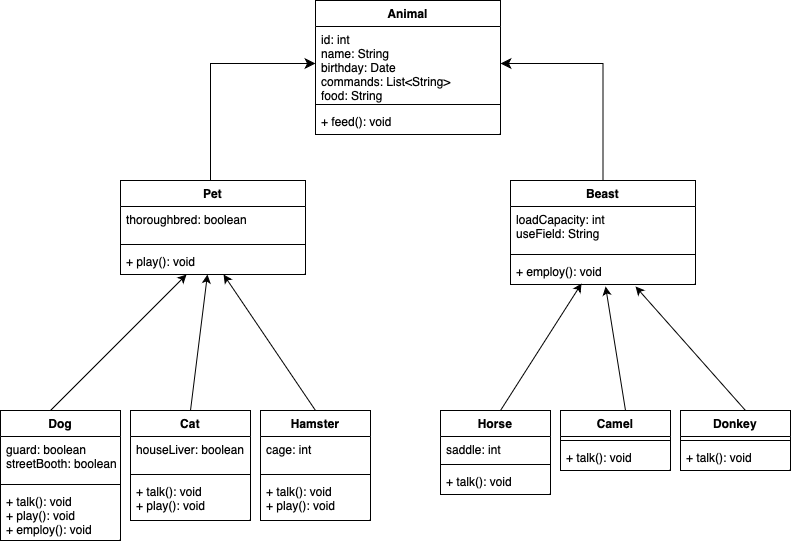
This is Animals Diagram.drawio.png from mariarchie/FinalAssessment, a draw.io export, as it was before one commit. Source tidied: cells renumbered, new cells last; positions are measured from the earlier drawing's top-left corner, leaving out a move shared by most shapes. Source of this version:
```xml
<mxGraphModel background="#FFFFFF">
  <root>
    <mxCell id="0" />
    <mxCell id="1" parent="0" />
    <mxCell id="2" value="Animal" style="swimlane;fontStyle=1;align=center;verticalAlign=top;horizontal=1;startSize=26;" parent="1" vertex="1">
      <mxGeometry x="315" width="185" height="134" as="geometry" />
    </mxCell>
    <mxCell id="3" value="id: int&#10;name: String&#10;birthday: Date&#10;commands: List&lt;String&gt;&#10;food: String" style="text;strokeColor=none;fillColor=none;align=left;verticalAlign=top;spacingLeft=4;spacingRight=4;overflow=hidden;points=[[0,0.5],[1,0.5]];portConstraint=eastwest;" parent="2" vertex="1">
      <mxGeometry y="26" width="185" height="74" as="geometry" />
    </mxCell>
    <mxCell id="4" style="line;strokeWidth=1;fillColor=none;align=left;verticalAlign=middle;spacingTop=-1;spacingLeft=3;spacingRight=3;labelPosition=right;strokeColor=inherit;" parent="2" vertex="1">
      <mxGeometry y="100" width="185" height="8" as="geometry" />
    </mxCell>
    <mxCell id="5" value="+ feed(): void" style="text;strokeColor=none;fillColor=none;align=left;verticalAlign=top;spacingLeft=4;spacingRight=4;overflow=hidden;" parent="2" vertex="1">
      <mxGeometry y="108" width="185" height="26" as="geometry" />
    </mxCell>
    <mxCell id="6" value="Pet" style="swimlane;fontStyle=1;align=center;verticalAlign=top;horizontal=1;startSize=26;" parent="1" vertex="1">
      <mxGeometry x="120" y="180" width="185" height="94" as="geometry" />
    </mxCell>
    <mxCell id="7" value="thoroughbred: boolean" style="text;strokeColor=none;fillColor=none;align=left;verticalAlign=top;spacingLeft=4;spacingRight=4;overflow=hidden;fontColor=#000000;" parent="6" vertex="1">
      <mxGeometry y="26" width="185" height="34" as="geometry" />
    </mxCell>
    <mxCell id="8" style="line;strokeWidth=1;fillColor=none;align=left;verticalAlign=middle;spacingTop=-1;spacingLeft=3;spacingRight=3;labelPosition=right;strokeColor=inherit;" parent="6" vertex="1">
      <mxGeometry y="60" width="185" height="8" as="geometry" />
    </mxCell>
    <mxCell id="9" value="+ play(): void" style="text;strokeColor=none;fillColor=none;align=left;verticalAlign=top;spacingLeft=4;spacingRight=4;overflow=hidden;points=[[0,0.5],[1,0.5]];portConstraint=eastwest;" parent="6" vertex="1">
      <mxGeometry y="68" width="185" height="26" as="geometry" />
    </mxCell>
    <mxCell id="10" value="Beast" style="swimlane;fontStyle=1;align=center;verticalAlign=top;horizontal=1;startSize=26;" parent="1" vertex="1">
      <mxGeometry x="510" y="180" width="185" height="104" as="geometry" />
    </mxCell>
    <mxCell id="11" value="loadCapacity: int&#10;useField: String&#10;" style="text;strokeColor=none;fillColor=none;align=left;verticalAlign=top;spacingLeft=4;spacingRight=4;overflow=hidden;" parent="10" vertex="1">
      <mxGeometry y="26" width="185" height="44" as="geometry" />
    </mxCell>
    <mxCell id="12" style="line;strokeWidth=1;fillColor=none;align=left;verticalAlign=middle;spacingTop=-1;spacingLeft=3;spacingRight=3;labelPosition=right;strokeColor=inherit;" parent="10" vertex="1">
      <mxGeometry y="70" width="185" height="8" as="geometry" />
    </mxCell>
    <mxCell id="13" value="+ employ(): void" style="text;strokeColor=none;fillColor=none;align=left;verticalAlign=top;spacingLeft=4;spacingRight=4;overflow=hidden;points=[[0,0.5],[1,0.5]];portConstraint=eastwest;" parent="10" vertex="1">
      <mxGeometry y="78" width="185" height="26" as="geometry" />
    </mxCell>
    <mxCell id="14" style="edgeStyle=segmentEdgeStyle;endArrow=classic;html=1;curved=0;rounded=0;endSize=8;startSize=8;entryX=1;entryY=0.5;entryDx=0;entryDy=0;exitX=0.5;exitY=0;exitDx=0;exitDy=0;" parent="1" edge="1" source="10" target="3">
      <mxGeometry relative="1" as="geometry">
        <Array as="points">
          <mxPoint x="603" y="63" />
        </Array>
      </mxGeometry>
    </mxCell>
    <mxCell id="15" style="edgeStyle=segmentEdgeStyle;endArrow=classic;html=1;curved=0;rounded=0;endSize=8;startSize=8;entryX=0;entryY=0.5;entryDx=0;entryDy=0;exitX=0.5;exitY=0;exitDx=0;exitDy=0;" parent="1" edge="1" source="6" target="3">
      <mxGeometry relative="1" as="geometry">
        <Array as="points">
          <mxPoint x="210" y="180" />
          <mxPoint x="210" y="63" />
        </Array>
      </mxGeometry>
    </mxCell>
    <mxCell id="16" value="Dog" style="swimlane;fontStyle=1;align=center;verticalAlign=top;horizontal=1;startSize=26;" parent="1" vertex="1">
      <mxGeometry y="410" width="120" height="130" as="geometry" />
    </mxCell>
    <mxCell id="17" value="guard: boolean&#10;streetBooth: boolean&#10;" style="text;strokeColor=none;fillColor=none;align=left;verticalAlign=top;spacingLeft=4;spacingRight=4;overflow=hidden;" parent="16" vertex="1">
      <mxGeometry y="26" width="120" height="44" as="geometry" />
    </mxCell>
    <mxCell id="18" style="line;strokeWidth=1;fillColor=none;align=left;verticalAlign=middle;spacingTop=-1;spacingLeft=3;spacingRight=3;labelPosition=right;strokeColor=inherit;" parent="16" vertex="1">
      <mxGeometry y="70" width="120" height="8" as="geometry" />
    </mxCell>
    <mxCell id="19" value="+ talk(): void&#10;+ play(): void&#10;+ employ(): void" style="text;strokeColor=none;fillColor=none;align=left;verticalAlign=top;spacingLeft=4;spacingRight=4;overflow=hidden;" parent="16" vertex="1">
      <mxGeometry y="78" width="120" height="52" as="geometry" />
    </mxCell>
    <mxCell id="20" value="Cat" style="swimlane;fontStyle=1;align=center;verticalAlign=top;horizontal=1;startSize=26;" parent="1" vertex="1">
      <mxGeometry x="130" y="410" width="120" height="110" as="geometry" />
    </mxCell>
    <mxCell id="21" value="houseLiver: boolean" style="text;strokeColor=none;fillColor=none;align=left;verticalAlign=top;spacingLeft=4;spacingRight=4;overflow=hidden;" parent="20" vertex="1">
      <mxGeometry y="26" width="120" height="34" as="geometry" />
    </mxCell>
    <mxCell id="22" style="line;strokeWidth=1;fillColor=none;align=left;verticalAlign=middle;spacingTop=-1;spacingLeft=3;spacingRight=3;labelPosition=right;strokeColor=inherit;" parent="20" vertex="1">
      <mxGeometry y="60" width="120" height="8" as="geometry" />
    </mxCell>
    <mxCell id="23" value="+ talk(): void&#10;+ play(): void" style="text;strokeColor=none;fillColor=none;align=left;verticalAlign=top;spacingLeft=4;spacingRight=4;overflow=hidden;" parent="20" vertex="1">
      <mxGeometry y="68" width="120" height="42" as="geometry" />
    </mxCell>
    <mxCell id="24" value="Hamster" style="swimlane;fontStyle=1;align=center;verticalAlign=top;horizontal=1;startSize=26;" parent="1" vertex="1">
      <mxGeometry x="260" y="410" width="110" height="110" as="geometry" />
    </mxCell>
    <mxCell id="25" value="cage: int" style="text;strokeColor=none;fillColor=none;align=left;verticalAlign=top;spacingLeft=4;spacingRight=4;overflow=hidden;" parent="24" vertex="1">
      <mxGeometry y="26" width="110" height="34" as="geometry" />
    </mxCell>
    <mxCell id="26" style="line;strokeWidth=1;fillColor=none;align=left;verticalAlign=middle;spacingTop=-1;spacingLeft=3;spacingRight=3;labelPosition=right;strokeColor=inherit;" parent="24" vertex="1">
      <mxGeometry y="60" width="110" height="8" as="geometry" />
    </mxCell>
    <mxCell id="27" value="+ talk(): void&#10;+ play(): void" style="text;strokeColor=none;fillColor=none;align=left;verticalAlign=top;spacingLeft=4;spacingRight=4;overflow=hidden;" parent="24" vertex="1">
      <mxGeometry y="68" width="110" height="42" as="geometry" />
    </mxCell>
    <mxCell id="28" value="Horse" style="swimlane;fontStyle=1;align=center;verticalAlign=top;horizontal=1;startSize=26;" parent="1" vertex="1">
      <mxGeometry x="440" y="410" width="110" height="84" as="geometry" />
    </mxCell>
    <mxCell id="29" value="saddle: int" style="text;strokeColor=none;fillColor=none;align=left;verticalAlign=top;spacingLeft=4;spacingRight=4;overflow=hidden;" parent="28" vertex="1">
      <mxGeometry y="26" width="110" height="24" as="geometry" />
    </mxCell>
    <mxCell id="30" style="line;strokeWidth=1;fillColor=none;align=left;verticalAlign=middle;spacingTop=-1;spacingLeft=3;spacingRight=3;labelPosition=right;strokeColor=inherit;" parent="28" vertex="1">
      <mxGeometry y="50" width="110" height="8" as="geometry" />
    </mxCell>
    <mxCell id="31" value="+ talk(): void" style="text;strokeColor=none;fillColor=none;align=left;verticalAlign=top;spacingLeft=4;spacingRight=4;overflow=hidden;" parent="28" vertex="1">
      <mxGeometry y="58" width="110" height="26" as="geometry" />
    </mxCell>
    <mxCell id="32" value="Camel" style="swimlane;fontStyle=1;align=center;verticalAlign=top;horizontal=1;startSize=26;" parent="1" vertex="1">
      <mxGeometry x="560" y="410" width="110" height="60" as="geometry" />
    </mxCell>
    <mxCell id="33" style="line;strokeWidth=1;fillColor=none;align=left;verticalAlign=middle;spacingTop=-1;spacingLeft=3;spacingRight=3;labelPosition=right;strokeColor=inherit;" parent="32" vertex="1">
      <mxGeometry y="26" width="110" height="8" as="geometry" />
    </mxCell>
    <mxCell id="34" value="+ talk(): void" style="text;strokeColor=none;fillColor=none;align=left;verticalAlign=top;spacingLeft=4;spacingRight=4;overflow=hidden;" parent="32" vertex="1">
      <mxGeometry y="34" width="110" height="26" as="geometry" />
    </mxCell>
    <mxCell id="35" value="Donkey" style="swimlane;fontStyle=1;align=center;verticalAlign=top;horizontal=1;startSize=26;" parent="1" vertex="1">
      <mxGeometry x="680" y="410" width="110" height="60" as="geometry" />
    </mxCell>
    <mxCell id="36" style="line;strokeWidth=1;fillColor=none;align=left;verticalAlign=middle;spacingTop=-1;spacingLeft=3;spacingRight=3;labelPosition=right;strokeColor=inherit;" parent="35" vertex="1">
      <mxGeometry y="26" width="110" height="8" as="geometry" />
    </mxCell>
    <mxCell id="37" value="+ talk(): void" style="text;strokeColor=none;fillColor=none;align=left;verticalAlign=top;spacingLeft=4;spacingRight=4;overflow=hidden;" parent="35" vertex="1">
      <mxGeometry y="34" width="110" height="26" as="geometry" />
    </mxCell>
    <mxCell id="38" style="endArrow=classic;html=1;rounded=0;entryX=0.357;entryY=1;entryDx=0;entryDy=0;entryPerimeter=0;" parent="1" edge="1" target="9">
      <mxGeometry relative="1" as="geometry">
        <mxPoint x="50" y="410" as="sourcePoint" />
      </mxGeometry>
    </mxCell>
    <mxCell id="39" style="endArrow=classic;html=1;rounded=0;exitX=0.5;exitY=0;exitDx=0;exitDy=0;entryX=0.47;entryY=1;entryDx=0;entryDy=0;entryPerimeter=0;" parent="1" edge="1" source="20" target="9">
      <mxGeometry relative="1" as="geometry" />
    </mxCell>
    <mxCell id="40" style="endArrow=classic;html=1;rounded=0;exitX=0.5;exitY=0;exitDx=0;exitDy=0;entryX=0.557;entryY=1;entryDx=0;entryDy=0;entryPerimeter=0;" parent="1" edge="1" source="24" target="9">
      <mxGeometry relative="1" as="geometry" />
    </mxCell>
    <mxCell id="41" style="endArrow=classic;html=1;rounded=0;entryX=0.384;entryY=0.962;entryDx=0;entryDy=0;entryPerimeter=0;" parent="1" edge="1" target="13">
      <mxGeometry relative="1" as="geometry">
        <mxPoint x="500" y="410" as="sourcePoint" />
      </mxGeometry>
    </mxCell>
    <mxCell id="42" style="endArrow=classic;html=1;rounded=0;exitX=0.5;exitY=0;exitDx=0;exitDy=0;entryX=0.514;entryY=1.077;entryDx=0;entryDy=0;entryPerimeter=0;" parent="1" edge="1" target="13">
      <mxGeometry relative="1" as="geometry">
        <mxPoint x="625" y="410" as="sourcePoint" />
      </mxGeometry>
    </mxCell>
    <mxCell id="43" style="endArrow=classic;html=1;rounded=0;exitX=0.5;exitY=0;exitDx=0;exitDy=0;entryX=0.676;entryY=1.077;entryDx=0;entryDy=0;entryPerimeter=0;" parent="1" edge="1" target="13">
      <mxGeometry relative="1" as="geometry">
        <mxPoint x="745" y="410" as="sourcePoint" />
      </mxGeometry>
    </mxCell>
  </root>
</mxGraphModel>
```
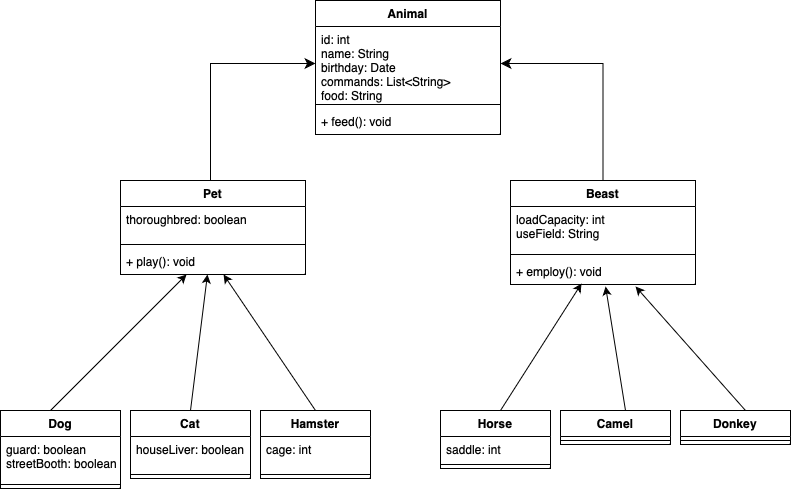
Later version of the same file.

What changed in the source:
```diff
@@ -54,7 +54,7 @@
       </mxGeometry>
     </mxCell>
     <mxCell id="16" value="Dog" style="swimlane;fontStyle=1;align=center;verticalAlign=top;horizontal=1;startSize=26;" parent="1" vertex="1">
-      <mxGeometry y="410" width="120" height="130" as="geometry" />
+      <mxGeometry y="410" width="120" height="78" as="geometry" />
     </mxCell>
     <mxCell id="17" value="guard: boolean&#10;streetBooth: boolean&#10;" style="text;strokeColor=none;fillColor=none;align=left;verticalAlign=top;spacingLeft=4;spacingRight=4;overflow=hidden;" parent="16" vertex="1">
       <mxGeometry y="26" width="120" height="44" as="geometry" />
@@ -62,11 +62,8 @@
     <mxCell id="18" style="line;strokeWidth=1;fillColor=none;align=left;verticalAlign=middle;spacingTop=-1;spacingLeft=3;spacingRight=3;labelPosition=right;strokeColor=inherit;" parent="16" vertex="1">
       <mxGeometry y="70" width="120" height="8" as="geometry" />
     </mxCell>
-    <mxCell id="19" value="+ talk(): void&#10;+ play(): void&#10;+ employ(): void" style="text;strokeColor=none;fillColor=none;align=left;verticalAlign=top;spacingLeft=4;spacingRight=4;overflow=hidden;" parent="16" vertex="1">
-      <mxGeometry y="78" width="120" height="52" as="geometry" />
-    </mxCell>
     <mxCell id="20" value="Cat" style="swimlane;fontStyle=1;align=center;verticalAlign=top;horizontal=1;startSize=26;" parent="1" vertex="1">
-      <mxGeometry x="130" y="410" width="120" height="110" as="geometry" />
+      <mxGeometry x="130" y="410" width="120" height="68" as="geometry" />
     </mxCell>
     <mxCell id="21" value="houseLiver: boolean" style="text;strokeColor=none;fillColor=none;align=left;verticalAlign=top;spacingLeft=4;spacingRight=4;overflow=hidden;" parent="20" vertex="1">
       <mxGeometry y="26" width="120" height="34" as="geometry" />
@@ -74,11 +71,8 @@
     <mxCell id="22" style="line;strokeWidth=1;fillColor=none;align=left;verticalAlign=middle;spacingTop=-1;spacingLeft=3;spacingRight=3;labelPosition=right;strokeColor=inherit;" parent="20" vertex="1">
       <mxGeometry y="60" width="120" height="8" as="geometry" />
     </mxCell>
-    <mxCell id="23" value="+ talk(): void&#10;+ play(): void" style="text;strokeColor=none;fillColor=none;align=left;verticalAlign=top;spacingLeft=4;spacingRight=4;overflow=hidden;" parent="20" vertex="1">
-      <mxGeometry y="68" width="120" height="42" as="geometry" />
-    </mxCell>
     <mxCell id="24" value="Hamster" style="swimlane;fontStyle=1;align=center;verticalAlign=top;horizontal=1;startSize=26;" parent="1" vertex="1">
-      <mxGeometry x="260" y="410" width="110" height="110" as="geometry" />
+      <mxGeometry x="260" y="410" width="110" height="68" as="geometry" />
     </mxCell>
     <mxCell id="25" value="cage: int" style="text;strokeColor=none;fillColor=none;align=left;verticalAlign=top;spacingLeft=4;spacingRight=4;overflow=hidden;" parent="24" vertex="1">
       <mxGeometry y="26" width="110" height="34" as="geometry" />
@@ -86,11 +80,8 @@
     <mxCell id="26" style="line;strokeWidth=1;fillColor=none;align=left;verticalAlign=middle;spacingTop=-1;spacingLeft=3;spacingRight=3;labelPosition=right;strokeColor=inherit;" parent="24" vertex="1">
       <mxGeometry y="60" width="110" height="8" as="geometry" />
     </mxCell>
-    <mxCell id="27" value="+ talk(): void&#10;+ play(): void" style="text;strokeColor=none;fillColor=none;align=left;verticalAlign=top;spacingLeft=4;spacingRight=4;overflow=hidden;" parent="24" vertex="1">
-      <mxGeometry y="68" width="110" height="42" as="geometry" />
-    </mxCell>
     <mxCell id="28" value="Horse" style="swimlane;fontStyle=1;align=center;verticalAlign=top;horizontal=1;startSize=26;" parent="1" vertex="1">
-      <mxGeometry x="440" y="410" width="110" height="84" as="geometry" />
+      <mxGeometry x="440" y="410" width="110" height="58" as="geometry" />
     </mxCell>
     <mxCell id="29" value="saddle: int" style="text;strokeColor=none;fillColor=none;align=left;verticalAlign=top;spacingLeft=4;spacingRight=4;overflow=hidden;" parent="28" vertex="1">
       <mxGeometry y="26" width="110" height="24" as="geometry" />
@@ -98,27 +89,18 @@
     <mxCell id="30" style="line;strokeWidth=1;fillColor=none;align=left;verticalAlign=middle;spacingTop=-1;spacingLeft=3;spacingRight=3;labelPosition=right;strokeColor=inherit;" parent="28" vertex="1">
       <mxGeometry y="50" width="110" height="8" as="geometry" />
     </mxCell>
-    <mxCell id="31" value="+ talk(): void" style="text;strokeColor=none;fillColor=none;align=left;verticalAlign=top;spacingLeft=4;spacingRight=4;overflow=hidden;" parent="28" vertex="1">
-      <mxGeometry y="58" width="110" height="26" as="geometry" />
-    </mxCell>
     <mxCell id="32" value="Camel" style="swimlane;fontStyle=1;align=center;verticalAlign=top;horizontal=1;startSize=26;" parent="1" vertex="1">
-      <mxGeometry x="560" y="410" width="110" height="60" as="geometry" />
+      <mxGeometry x="560" y="410" width="110" height="34" as="geometry" />
     </mxCell>
     <mxCell id="33" style="line;strokeWidth=1;fillColor=none;align=left;verticalAlign=middle;spacingTop=-1;spacingLeft=3;spacingRight=3;labelPosition=right;strokeColor=inherit;" parent="32" vertex="1">
       <mxGeometry y="26" width="110" height="8" as="geometry" />
     </mxCell>
-    <mxCell id="34" value="+ talk(): void" style="text;strokeColor=none;fillColor=none;align=left;verticalAlign=top;spacingLeft=4;spacingRight=4;overflow=hidden;" parent="32" vertex="1">
-      <mxGeometry y="34" width="110" height="26" as="geometry" />
-    </mxCell>
     <mxCell id="35" value="Donkey" style="swimlane;fontStyle=1;align=center;verticalAlign=top;horizontal=1;startSize=26;" parent="1" vertex="1">
-      <mxGeometry x="680" y="410" width="110" height="60" as="geometry" />
+      <mxGeometry x="680" y="410" width="110" height="34" as="geometry" />
     </mxCell>
     <mxCell id="36" style="line;strokeWidth=1;fillColor=none;align=left;verticalAlign=middle;spacingTop=-1;spacingLeft=3;spacingRight=3;labelPosition=right;strokeColor=inherit;" parent="35" vertex="1">
       <mxGeometry y="26" width="110" height="8" as="geometry" />
     </mxCell>
-    <mxCell id="37" value="+ talk(): void" style="text;strokeColor=none;fillColor=none;align=left;verticalAlign=top;spacingLeft=4;spacingRight=4;overflow=hidden;" parent="35" vertex="1">
-      <mxGeometry y="34" width="110" height="26" as="geometry" />
-    </mxCell>
     <mxCell id="38" style="endArrow=classic;html=1;rounded=0;entryX=0.357;entryY=1;entryDx=0;entryDy=0;entryPerimeter=0;" parent="1" edge="1" target="9">
       <mxGeometry relative="1" as="geometry">
         <mxPoint x="50" y="410" as="sourcePoint" />
```
